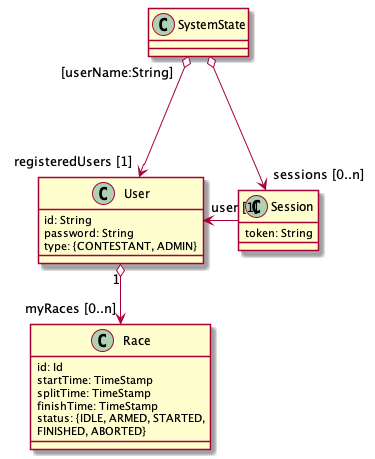
CAG-Contactor/cag-cloud-racing keeps this PlantUML diagram as docs/users_and_sessions.png. Above is the earlier version.
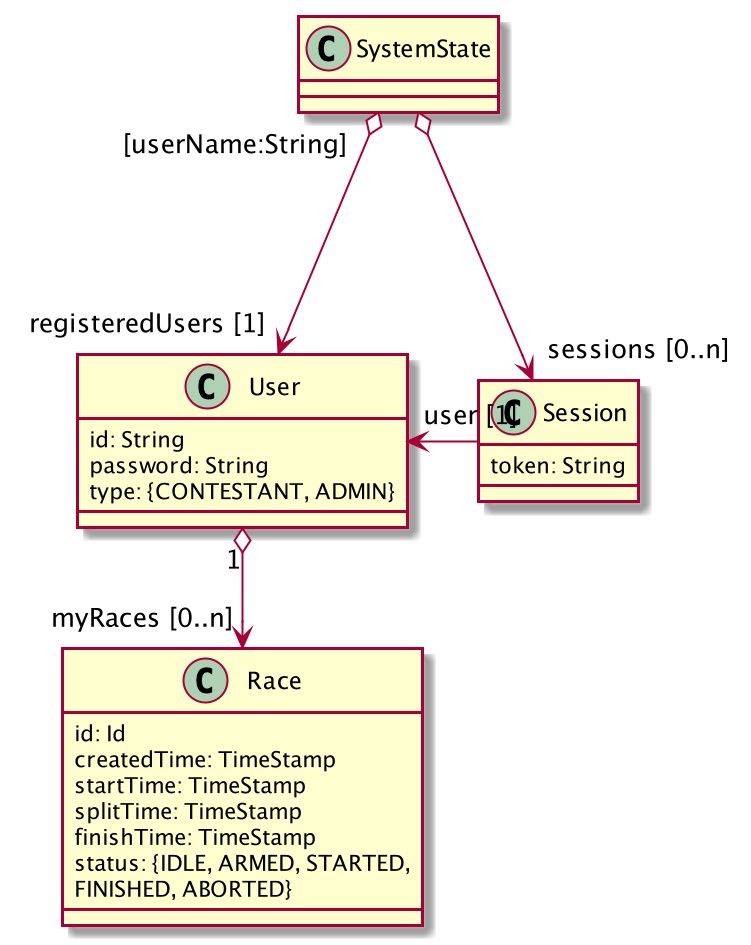
After the commit.

Change to the diagram source:
```diff
@@ -12,6 +12,7 @@
 
 class Race {
   id: Id
+  createdTime: TimeStamp
   startTime: TimeStamp
   splitTime: TimeStamp
   finishTime: TimeStamp
```
